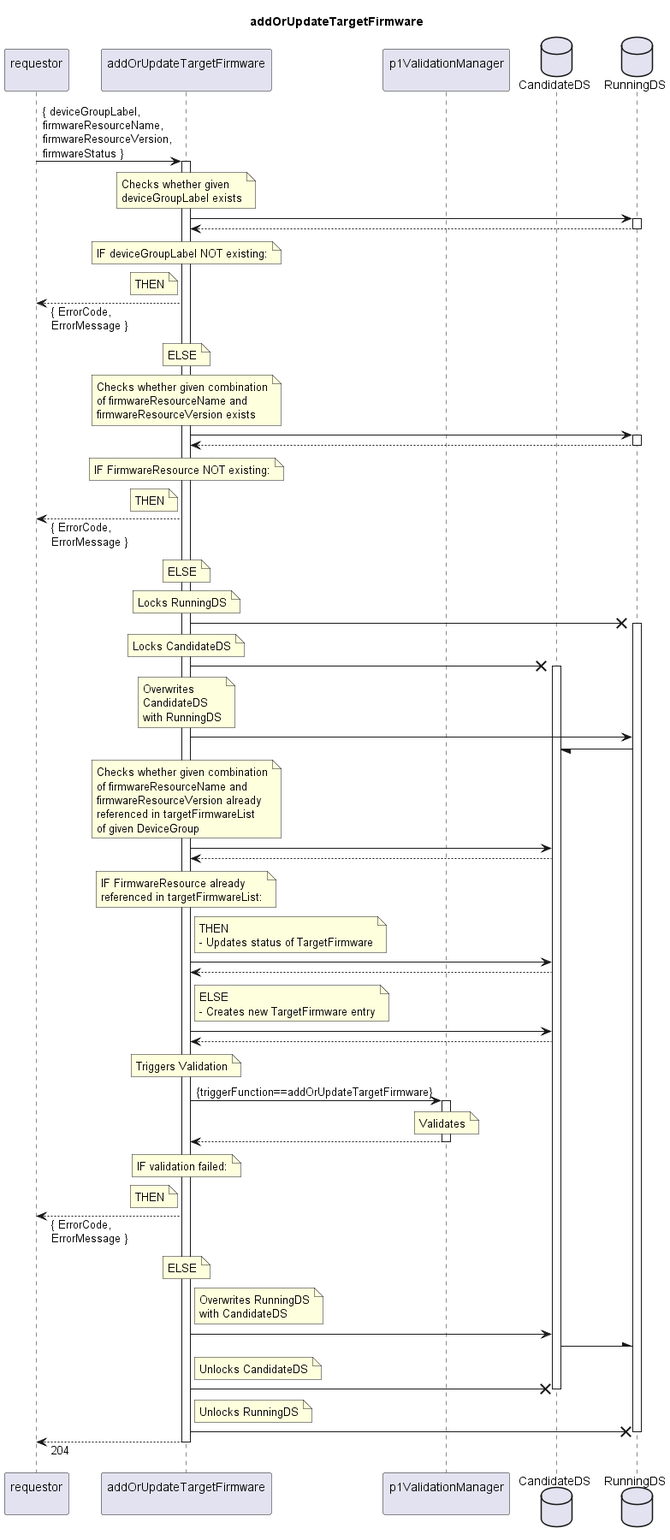
openBackhaul/FirmWareManager keeps this PlantUML diagram as spec/Services/addOrUpdateTargetFirmware/1.0.0/addOrUpdateTargetFirmware.png. Above is the earlier version.
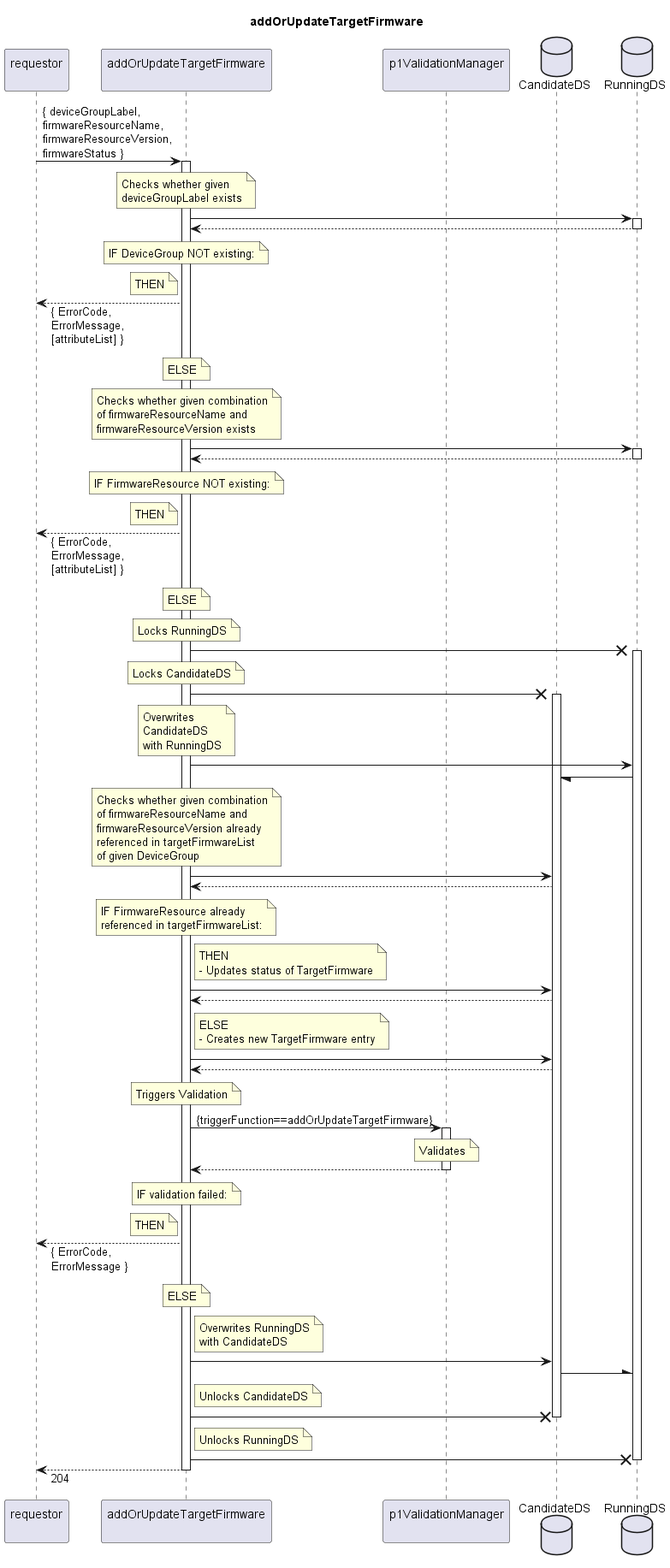
The same diagram one commit later.

Diff of the diagram source:
```diff
@@ -23,12 +23,12 @@
   addTarget <-- RunDS
   deactivate RunDS
   note over addTarget
-    IF deviceGroupLabel NOT existing:
+    IF DeviceGroup NOT existing:
   end note
   note left addTarget
     THEN
   end note
-  requestor <-- addTarget: { ErrorCode,\nErrorMessage }
+  requestor <-- addTarget: { ErrorCode,\nErrorMessage,\n[attributeList] }
   note over addTarget
     ELSE
   end note
@@ -48,7 +48,7 @@
   note left addTarget
     THEN
   end note
-  requestor <-- addTarget: { ErrorCode,\nErrorMessage }
+  requestor <-- addTarget: { ErrorCode,\nErrorMessage,\n[attributeList] }
   note over addTarget
     ELSE
   end note
```
